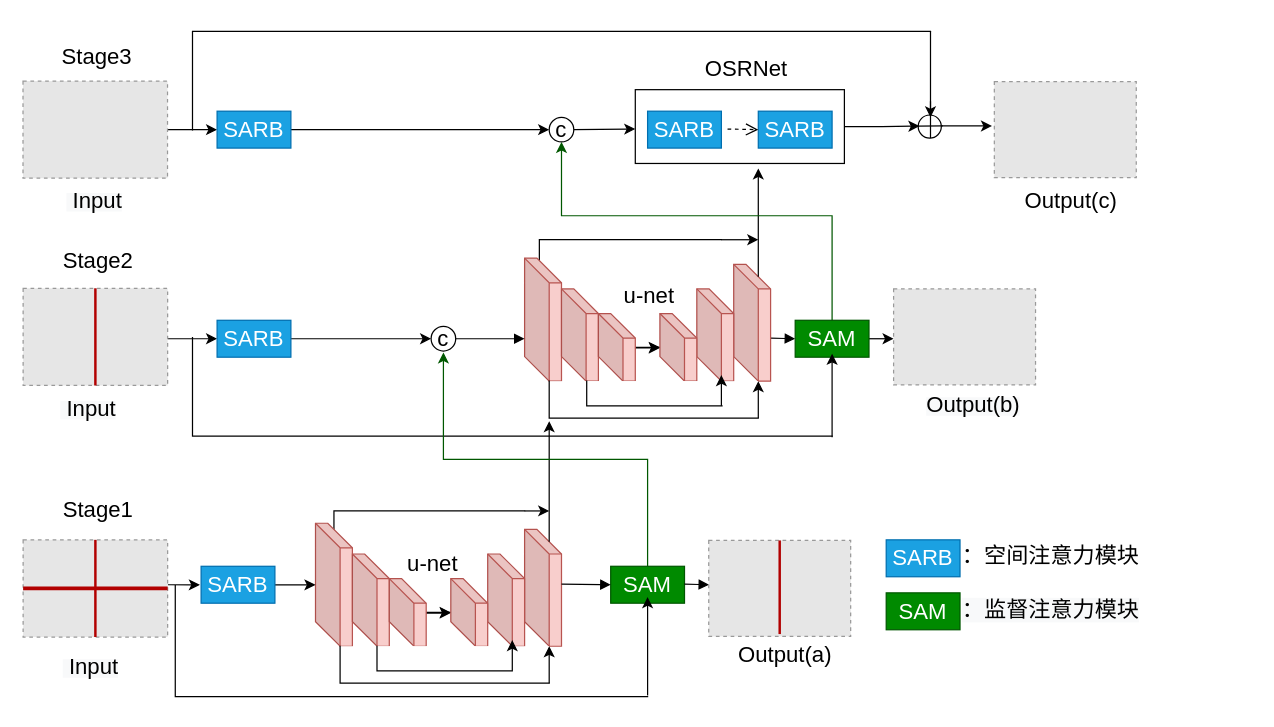
Before: SARB.drawio in hornchan/mytest, a draw.io diagram. Source tidied: cells renumbered, new cells numbered last; positions are measured from the earlier drawing's top-left corner, leaving out a move shared by most shapes. Both pictures are drawn from the tidied source at 123%, with x=0, y=0 at pixel (22, 31). Pictures stored in the file or linked from it are replaced by grey dashed boxes.
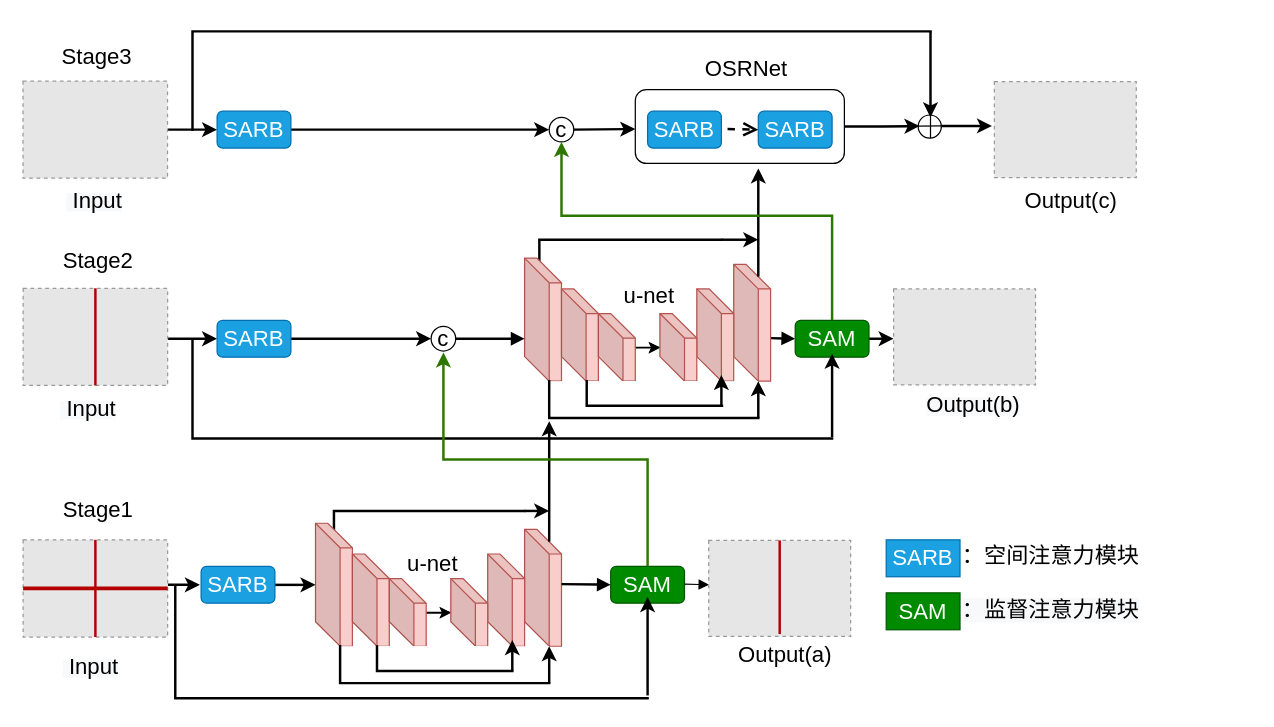
Above is the later version.

Unchanged cells that the change refers to:
```xml
<mxCell id="5" value="c" style="ellipse;whiteSpace=wrap;html=1;fontSize=18;" parent="1" vertex="1">
  <mxGeometry x="332" y="239.9" width="20" height="20" as="geometry" />
</mxCell>
<mxCell id="12" style="shape=cube;whiteSpace=wrap;html=1;boundedLbl=1;backgroundOutline=1;darkOpacity=0.05;darkOpacity2=0.1;fontSize=18;fillColor=#f8cecc;strokeColor=#b85450;" parent="1" vertex="1">
  <mxGeometry x="408" y="404.9" width="30" height="95" as="geometry" />
</mxCell>
<mxCell id="36" style="shape=cube;whiteSpace=wrap;html=1;boundedLbl=1;backgroundOutline=1;darkOpacity=0.05;darkOpacity2=0.1;fontSize=18;fillColor=#f8cecc;strokeColor=#b85450;" parent="1" vertex="1">
  <mxGeometry x="578" y="189.4" width="30" height="95" as="geometry" />
</mxCell>
<mxCell id="51" value="c" style="ellipse;whiteSpace=wrap;html=1;fontSize=18;" parent="1" vertex="1">
  <mxGeometry x="428" y="69.9" width="20" height="20" as="geometry" />
</mxCell>
```

Change to the diagram source:
```diff
@@
-    <mxCell id="2" style="shape=partialRectangle;whiteSpace=wrap;html=1;bottom=0;right=0;" parent="1" vertex="1">
+    <mxCell id="2" style="shape=partialRectangle;whiteSpace=wrap;html=1;bottom=0;right=0;strokeWidth=2;" parent="1" vertex="1">
       <mxGeometry x="253" y="389.9" width="155" height="20" as="geometry" />
     </mxCell>
-    <mxCell id="3" style="shape=partialRectangle;whiteSpace=wrap;html=1;bottom=0;right=0;" parent="1" vertex="1">
+    <mxCell id="3" style="shape=partialRectangle;whiteSpace=wrap;html=1;bottom=0;right=0;strokeWidth=2;" parent="1" vertex="1">
       <mxGeometry x="420" y="169.4" width="148" height="24.6" as="geometry" />
     </mxCell>
-    <mxCell id="4" value="&lt;font style=&quot;font-size: 18px&quot;&gt;SAM&lt;/font&gt;" style="rounded=0;whiteSpace=wrap;html=1;fontSize=18;fillColor=#008a00;strokeColor=#005700;fontColor=#ffffff;" parent="1" vertex="1">
+    <mxCell id="4" value="&lt;font style=&quot;font-size: 18px&quot;&gt;SAM&lt;/font&gt;" style="rounded=1;whiteSpace=wrap;html=1;fontSize=18;fillColor=#008a00;strokeColor=#005700;fontColor=#ffffff;" parent="1" vertex="1">
       <mxGeometry x="478" y="434.9" width="60" height="30" as="geometry" />
     </mxCell>
@@
-    <mxCell id="15" style="edgeStyle=orthogonalEdgeStyle;rounded=0;jettySize=auto;html=1;exitX=1;exitY=0.5;exitDx=0;exitDy=0;" parent="1" edge="1" source="81" target="5">
+    <mxCell id="15" style="edgeStyle=orthogonalEdgeStyle;rounded=0;jettySize=auto;html=1;exitX=1;exitY=0.5;exitDx=0;exitDy=0;strokeWidth=2;" parent="1" edge="1" source="81" target="5">
       <mxGeometry relative="1" as="geometry" />
     </mxCell>
-    <mxCell id="16" style="edgeStyle=orthogonalEdgeStyle;rounded=0;orthogonalLoop=1;jettySize=auto;html=1;" parent="1" edge="1">
+    <mxCell id="16" style="edgeStyle=orthogonalEdgeStyle;rounded=0;orthogonalLoop=1;jettySize=auto;html=1;strokeWidth=2;" parent="1" edge="1">
       <mxGeometry relative="1" as="geometry">
         <mxPoint x="205" y="450" as="sourcePoint" />
         <mxPoint x="238" y="449.9" as="targetPoint" />
       </mxGeometry>
     </mxCell>
-    <mxCell id="17" style="endArrow=classic;html=1;rounded=0;fontSize=12;exitX=1;exitY=0.5;exitDx=0;exitDy=0;" parent="1" edge="1">
+    <mxCell id="17" style="endArrow=classic;html=1;rounded=0;fontSize=12;exitX=1;exitY=0.5;exitDx=0;exitDy=0;strokeWidth=2;" parent="1" edge="1">
       <mxGeometry relative="1" as="geometry">
         <mxPoint x="118" y="449.9" as="sourcePoint" />
         <mxPoint x="144" y="450" as="targetPoint" />
       </mxGeometry>
     </mxCell>
-    <mxCell id="18" style="endArrow=classic;html=1;rounded=0;fontSize=12;entryX=0;entryY=0.5;entryDx=0;entryDy=0;exitX=1;exitY=0.5;exitDx=0;exitDy=0;" parent="1" edge="1">
+    <mxCell id="18" style="endArrow=classic;html=1;rounded=0;fontSize=12;entryX=0;entryY=0.5;entryDx=0;entryDy=0;exitX=1;exitY=0.5;exitDx=0;exitDy=0;strokeWidth=2;" parent="1" edge="1">
       <mxGeometry relative="1" as="geometry">
         <mxPoint x="118" y="79.9" as="sourcePoint" />
         <mxPoint x="158" y="79.9" as="targetPoint" />
       </mxGeometry>
     </mxCell>
-    <mxCell id="19" style="endArrow=classic;html=1;rounded=0;fontSize=12;entryX=0;entryY=0.5;entryDx=0;entryDy=0;exitX=1;exitY=0.5;exitDx=0;exitDy=0;" parent="1" edge="1">
+    <mxCell id="19" style="endArrow=classic;html=1;rounded=0;fontSize=12;entryX=0;entryY=0.5;entryDx=0;entryDy=0;exitX=1;exitY=0.5;exitDx=0;exitDy=0;strokeWidth=2;" parent="1" edge="1">
       <mxGeometry relative="1" as="geometry">
         <mxPoint x="118" y="249.9" as="sourcePoint" />
         <mxPoint x="158" y="249.9" as="targetPoint" />
       </mxGeometry>
     </mxCell>
-    <mxCell id="20" style="html=1;verticalAlign=bottom;endArrow=block;rounded=0;" parent="1" edge="1">
+    <mxCell id="20" style="html=1;verticalAlign=bottom;endArrow=block;rounded=0;strokeWidth=2;" parent="1" edge="1">
       <mxGeometry relative="1" as="geometry">
         <mxPoint x="438" y="449.4" as="sourcePoint" />
         <mxPoint x="478" y="449.9" as="targetPoint" />
       </mxGeometry>
     </mxCell>
@@
-    <mxCell id="22" style="shape=partialRectangle;whiteSpace=wrap;html=1;bottom=0;right=0;fillColor=none;direction=north;" parent="1" vertex="1">
-      <mxGeometry x="124" y="450.7" width="384" height="90.1" as="geometry" />
+    <mxCell id="22" style="shape=partialRectangle;whiteSpace=wrap;html=1;bottom=0;right=0;fillColor=none;direction=north;strokeWidth=2;" parent="1" vertex="1">
+      <mxGeometry x="124" y="452" width="384" height="90.1" as="geometry" />
     </mxCell>
-    <mxCell id="23" style="html=1;verticalAlign=bottom;endArrow=block;rounded=0;entryX=0;entryY=0.5;entryDx=0;entryDy=0;" parent="1" edge="1" target="25">
+    <mxCell id="23" style="html=1;verticalAlign=bottom;endArrow=block;rounded=0;entryX=0;entryY=0.5;entryDx=0;entryDy=0;strokeWidth=2;" parent="1" edge="1" target="25">
       <mxGeometry relative="1" as="geometry">
         <mxPoint x="608" y="249.4" as="sourcePoint" />
       </mxGeometry>
     </mxCell>
-    <mxCell id="24" style="edgeStyle=orthogonalEdgeStyle;rounded=0;jettySize=auto;html=1;strokeColor=#000000;" parent="1" edge="1" source="25">
+    <mxCell id="24" style="edgeStyle=orthogonalEdgeStyle;rounded=0;jettySize=auto;html=1;strokeColor=#000000;strokeWidth=2;" parent="1" edge="1" source="25">
       <mxGeometry relative="1" as="geometry">
         <mxPoint x="708" y="249.9" as="targetPoint" />
       </mxGeometry>
     </mxCell>
-    <mxCell id="25" value="&lt;font style=&quot;font-size: 18px&quot;&gt;SAM&lt;/font&gt;" style="rounded=0;whiteSpace=wrap;html=1;fontSize=18;fillColor=#008a00;strokeColor=#005700;fontColor=#ffffff;" parent="1" vertex="1">
+    <mxCell id="25" value="&lt;font style=&quot;font-size: 18px&quot;&gt;SAM&lt;/font&gt;" style="rounded=1;whiteSpace=wrap;html=1;fontSize=18;fillColor=#008a00;strokeColor=#005700;fontColor=#ffffff;" parent="1" vertex="1">
       <mxGeometry x="628" y="234.9" width="60" height="30" as="geometry" />
     </mxCell>
-    <mxCell id="26" style="shape=partialRectangle;whiteSpace=wrap;html=1;bottom=0;right=0;direction=north;" parent="1" vertex="1">
+    <mxCell id="26" style="shape=partialRectangle;whiteSpace=wrap;html=1;bottom=0;right=0;direction=north;strokeWidth=2;" parent="1" vertex="1">
       <mxGeometry x="258" y="499.9" width="170" height="30" as="geometry" />
     </mxCell>
-    <mxCell id="27" style="endArrow=classic;html=1;rounded=0;" parent="1" edge="1">
+    <mxCell id="27" style="endArrow=classic;html=1;rounded=0;strokeWidth=2;" parent="1" edge="1">
       <mxGeometry relative="1" as="geometry">
         <mxPoint x="428" y="529.9" as="sourcePoint" />
         <mxPoint x="428" y="499.9" as="targetPoint" />
       </mxGeometry>
     </mxCell>
@@
-    <mxCell id="29" style="shape=partialRectangle;whiteSpace=wrap;html=1;bottom=0;right=0;direction=north;" parent="1" vertex="1">
+    <mxCell id="29" style="shape=partialRectangle;whiteSpace=wrap;html=1;bottom=0;right=0;direction=north;strokeWidth=2;" parent="1" vertex="1">
       <mxGeometry x="288" y="500" width="110" height="20" as="geometry" />
     </mxCell>
-    <mxCell id="30" style="endArrow=classic;html=1;rounded=0;" parent="1" edge="1">
+    <mxCell id="30" style="endArrow=classic;html=1;rounded=0;strokeWidth=2;" parent="1" edge="1">
       <mxGeometry relative="1" as="geometry">
         <mxPoint x="398" y="519.9" as="sourcePoint" />
         <mxPoint x="398" y="494.9" as="targetPoint" />
       </mxGeometry>
     </mxCell>
@@
-    <mxCell id="39" style="shape=partialRectangle;whiteSpace=wrap;html=1;bottom=0;right=0;direction=north;" parent="1" vertex="1">
+    <mxCell id="39" style="shape=partialRectangle;whiteSpace=wrap;html=1;bottom=0;right=0;direction=north;strokeWidth=2;" parent="1" vertex="1">
       <mxGeometry x="428" y="284.4" width="170" height="30" as="geometry" />
     </mxCell>
-    <mxCell id="40" style="endArrow=classic;html=1;rounded=0;" parent="1" edge="1">
+    <mxCell id="40" style="endArrow=classic;html=1;rounded=0;strokeWidth=2;" parent="1" edge="1">
       <mxGeometry relative="1" as="geometry">
         <mxPoint x="598" y="314.4" as="sourcePoint" />
         <mxPoint x="598" y="284.4" as="targetPoint" />
       </mxGeometry>
     </mxCell>
@@
-    <mxCell id="42" style="shape=partialRectangle;whiteSpace=wrap;html=1;bottom=0;right=0;direction=north;" parent="1" vertex="1">
+    <mxCell id="42" style="shape=partialRectangle;whiteSpace=wrap;html=1;bottom=0;right=0;direction=north;strokeWidth=2;" parent="1" vertex="1">
       <mxGeometry x="458.5" y="284.4" width="110" height="20" as="geometry" />
     </mxCell>
-    <mxCell id="43" style="endArrow=classic;html=1;rounded=0;" parent="1" edge="1">
+    <mxCell id="43" style="endArrow=classic;html=1;rounded=0;strokeWidth=2;" parent="1" edge="1">
       <mxGeometry relative="1" as="geometry">
         <mxPoint x="568" y="304.4" as="sourcePoint" />
         <mxPoint x="568" y="279.4" as="targetPoint" />
       </mxGeometry>
     </mxCell>
-    <mxCell id="44" style="html=1;verticalAlign=bottom;endArrow=block;rounded=0;exitX=1;exitY=0.5;exitDx=0;exitDy=0;" parent="1" edge="1" source="5">
+    <mxCell id="44" style="html=1;verticalAlign=bottom;endArrow=block;rounded=0;exitX=1;exitY=0.5;exitDx=0;exitDy=0;strokeWidth=2;" parent="1" edge="1" source="5">
       <mxGeometry relative="1" as="geometry">
         <mxPoint x="408" y="249.9" as="targetPoint" />
       </mxGeometry>
     </mxCell>
-    <mxCell id="45" style="edgeStyle=orthogonalEdgeStyle;rounded=0;orthogonalLoop=1;jettySize=auto;html=1;" parent="1" edge="1">
+    <mxCell id="45" style="edgeStyle=orthogonalEdgeStyle;rounded=0;orthogonalLoop=1;jettySize=auto;html=1;strokeWidth=2;" parent="1" edge="1">
       <mxGeometry relative="1" as="geometry">
         <mxPoint x="508" y="539.9" as="sourcePoint" />
         <mxPoint x="508" y="459.9" as="targetPoint" />
       </mxGeometry>
     </mxCell>
-    <mxCell id="46" style="shape=partialRectangle;whiteSpace=wrap;html=1;bottom=0;right=0;fillColor=none;direction=north;" parent="1" vertex="1">
-      <mxGeometry x="138" y="249" width="520" height="80" as="geometry" />
+    <mxCell id="46" style="shape=partialRectangle;whiteSpace=wrap;html=1;bottom=0;right=0;fillColor=none;direction=north;strokeWidth=2;" parent="1" vertex="1">
+      <mxGeometry x="138" y="251" width="520" height="80" as="geometry" />
     </mxCell>
-    <mxCell id="47" style="edgeStyle=orthogonalEdgeStyle;rounded=0;orthogonalLoop=1;jettySize=auto;html=1;" parent="1" edge="1">
+    <mxCell id="47" style="edgeStyle=orthogonalEdgeStyle;rounded=0;orthogonalLoop=1;jettySize=auto;html=1;strokeWidth=2;" parent="1" edge="1">
       <mxGeometry relative="1" as="geometry">
         <mxPoint x="658" y="329.9" as="sourcePoint" />
         <mxPoint x="658" y="262.1" as="targetPoint" />
       </mxGeometry>
     </mxCell>
-    <mxCell id="48" style="edgeStyle=orthogonalEdgeStyle;rounded=0;jettySize=auto;html=1;exitX=0;exitY=0;exitDx=20;exitDy=10;exitPerimeter=0;" parent="1" edge="1" source="12">
+    <mxCell id="48" style="edgeStyle=orthogonalEdgeStyle;rounded=0;jettySize=auto;html=1;exitX=0;exitY=0;exitDx=20;exitDy=10;exitPerimeter=0;jumpSize=7;strokeWidth=2;" parent="1" edge="1" source="12">
       <mxGeometry relative="1" as="geometry">
         <mxPoint x="428" y="316.9" as="targetPoint" />
       </mxGeometry>
     </mxCell>
-    <mxCell id="49" style="edgeStyle=orthogonalEdgeStyle;rounded=0;jettySize=auto;html=1;exitX=1;exitY=0;exitDx=0;exitDy=0;" parent="1" edge="1" source="2">
+    <mxCell id="49" style="edgeStyle=orthogonalEdgeStyle;rounded=0;jettySize=auto;html=1;exitX=1;exitY=0;exitDx=0;exitDy=0;strokeWidth=2;" parent="1" edge="1" source="2">
       <mxGeometry relative="1" as="geometry">
         <mxPoint x="428" y="389.9" as="targetPoint" />
       </mxGeometry>
     </mxCell>
-    <mxCell id="50" style="edgeStyle=elbowEdgeStyle;elbow=vertical;endArrow=classic;html=1;exitX=0.5;exitY=0;exitDx=0;exitDy=0;fillColor=#008a00;strokeColor=#005700;rounded=0;" parent="1" edge="1" source="4">
+    <mxCell id="50" style="edgeStyle=elbowEdgeStyle;elbow=vertical;endArrow=classic;html=1;exitX=0.5;exitY=0;exitDx=0;exitDy=0;fillColor=#60a917;strokeColor=#2D7600;rounded=0;strokeWidth=2;" parent="1" edge="1" source="4">
       <mxGeometry relative="1" as="geometry">
         <mxPoint x="342" y="261" as="targetPoint" />
       </mxGeometry>
     </mxCell>
@@
-    <mxCell id="52" style="edgeStyle=orthogonalEdgeStyle;rounded=0;jettySize=auto;html=1;strokeColor=#000000;" parent="1" edge="1" source="53">
+    <mxCell id="52" style="edgeStyle=orthogonalEdgeStyle;rounded=0;jettySize=auto;html=1;strokeColor=#000000;strokeWidth=2;" parent="1" edge="1" source="53">
       <mxGeometry relative="1" as="geometry">
         <mxPoint x="729" y="77" as="targetPoint" />
       </mxGeometry>
     </mxCell>
-    <mxCell id="53" style="rounded=0;whiteSpace=wrap;html=1;" parent="1" vertex="1">
+    <mxCell id="53" style="rounded=1;whiteSpace=wrap;html=1;" parent="1" vertex="1">
       <mxGeometry x="498" y="47.4" width="170" height="60" as="geometry" />
     </mxCell>
-    <mxCell id="54" style="endArrow=classic;html=1;rounded=0;fontSize=12;entryX=0;entryY=0.5;entryDx=0;entryDy=0;exitX=1;exitY=0.5;exitDx=0;exitDy=0;" parent="1" edge="1" source="80" target="51">
+    <mxCell id="54" style="endArrow=classic;html=1;rounded=0;fontSize=12;entryX=0;entryY=0.5;entryDx=0;entryDy=0;exitX=1;exitY=0.5;exitDx=0;exitDy=0;strokeWidth=2;" parent="1" edge="1" source="80" target="51">
       <mxGeometry relative="1" as="geometry" />
     </mxCell>
-    <mxCell id="55" value="&lt;font style=&quot;font-size: 18px&quot;&gt;SARB&lt;/font&gt;" style="rounded=0;whiteSpace=wrap;html=1;fontSize=18;fillColor=#1ba1e2;strokeColor=#006EAF;fontColor=#ffffff;" parent="1" vertex="1">
+    <mxCell id="55" value="&lt;font style=&quot;font-size: 18px&quot;&gt;SARB&lt;/font&gt;" style="rounded=1;whiteSpace=wrap;html=1;fontSize=18;fillColor=#1ba1e2;strokeColor=#006EAF;fontColor=#ffffff;" parent="1" vertex="1">
       <mxGeometry x="598" y="64.9" width="60" height="30" as="geometry" />
     </mxCell>
-    <mxCell id="56" style="html=1;verticalAlign=bottom;endArrow=open;dashed=1;endSize=8;rounded=0;strokeColor=#000000;" parent="1" edge="1">
+    <mxCell id="56" style="html=1;verticalAlign=bottom;endArrow=open;dashed=1;endSize=8;rounded=0;strokeColor=#000000;strokeWidth=2;" parent="1" edge="1">
       <mxGeometry relative="1" as="geometry">
         <mxPoint x="573" y="79.4" as="sourcePoint" />
         <mxPoint x="598" y="79.9" as="targetPoint" />
       </mxGeometry>
     </mxCell>
-    <mxCell id="57" value="&lt;font style=&quot;font-size: 18px&quot;&gt;SARB&lt;/font&gt;" style="rounded=0;whiteSpace=wrap;html=1;fontSize=18;fillColor=#1ba1e2;strokeColor=#006EAF;fontColor=#ffffff;" parent="1" vertex="1">
+    <mxCell id="57" value="&lt;font style=&quot;font-size: 18px&quot;&gt;SARB&lt;/font&gt;" style="rounded=1;whiteSpace=wrap;html=1;fontSize=18;fillColor=#1ba1e2;strokeColor=#006EAF;fontColor=#ffffff;" parent="1" vertex="1">
       <mxGeometry x="508" y="64.9" width="60" height="30" as="geometry" />
     </mxCell>
-    <mxCell id="58" style="endArrow=classic;html=1;rounded=0;fontSize=12;entryX=0;entryY=0.5;entryDx=0;entryDy=0;exitX=1;exitY=0.5;exitDx=0;exitDy=0;" parent="1" edge="1" source="51">
+    <mxCell id="58" style="endArrow=classic;html=1;rounded=0;fontSize=12;entryX=0;entryY=0.5;entryDx=0;entryDy=0;exitX=1;exitY=0.5;exitDx=0;exitDy=0;strokeWidth=2;" parent="1" edge="1" source="51">
       <mxGeometry relative="1" as="geometry">
         <mxPoint x="498" y="79.4" as="targetPoint" />
       </mxGeometry>
     </mxCell>
-    <mxCell id="59" style="edgeStyle=orthogonalEdgeStyle;rounded=0;jettySize=auto;html=1;exitX=1;exitY=0;exitDx=0;exitDy=0;" parent="1" edge="1" source="3">
+    <mxCell id="59" style="edgeStyle=orthogonalEdgeStyle;rounded=0;jettySize=auto;html=1;exitX=1;exitY=0;exitDx=0;exitDy=0;strokeWidth=2;" parent="1" edge="1" source="3">
       <mxGeometry relative="1" as="geometry">
         <mxPoint x="598" y="169.9" as="targetPoint" />
       </mxGeometry>
     </mxCell>
-    <mxCell id="60" style="edgeStyle=orthogonalEdgeStyle;rounded=0;jettySize=auto;html=1;exitX=0;exitY=0;exitDx=20;exitDy=10;exitPerimeter=0;" parent="1" edge="1" source="36">
+    <mxCell id="60" style="edgeStyle=orthogonalEdgeStyle;rounded=0;jettySize=auto;html=1;exitX=0;exitY=0;exitDx=20;exitDy=10;exitPerimeter=0;strokeWidth=2;" parent="1" edge="1" source="36">
       <mxGeometry relative="1" as="geometry">
         <mxPoint x="598" y="111.4" as="targetPoint" />
       </mxGeometry>
     </mxCell>
-    <mxCell id="61" style="edgeStyle=elbowEdgeStyle;elbow=vertical;endArrow=classic;html=1;rounded=0;exitX=0.5;exitY=0;exitDx=0;exitDy=0;fillColor=#008a00;strokeColor=#005700;" parent="1" edge="1" source="25">
+    <mxCell id="61" style="edgeStyle=elbowEdgeStyle;elbow=vertical;endArrow=classic;html=1;rounded=0;exitX=0.5;exitY=0;exitDx=0;exitDy=0;fillColor=#60a917;strokeColor=#2D7600;strokeWidth=2;" parent="1" edge="1" source="25">
       <mxGeometry relative="1" as="geometry">
         <mxPoint x="438" y="89.9" as="targetPoint" />
         <Array as="points">
           <mxPoint x="548" y="149.9" />
         </Array>
       </mxGeometry>
     </mxCell>
-    <mxCell id="62" style="endArrow=classic;html=1;rounded=0;fontSize=12;exitX=1;exitY=0.5;exitDx=0;exitDy=0;" parent="1" edge="1">
+    <mxCell id="62" style="endArrow=classic;html=1;rounded=0;fontSize=12;exitX=1;exitY=0.5;exitDx=0;exitDy=0;strokeWidth=2;" parent="1" edge="1">
       <mxGeometry relative="1" as="geometry">
         <mxPoint x="746.8" y="76.9" as="sourcePoint" />
         <mxPoint x="788" y="76.9" as="targetPoint" />
       </mxGeometry>
     </mxCell>
-    <mxCell id="63" style="shape=partialRectangle;whiteSpace=wrap;html=1;bottom=0;right=0;fillColor=none;strokeColor=#000000;" parent="1" vertex="1">
+    <mxCell id="63" style="shape=partialRectangle;whiteSpace=wrap;html=1;bottom=0;right=0;fillColor=none;strokeColor=#000000;strokeWidth=2;" parent="1" vertex="1">
       <mxGeometry x="138" width="600" height="80" as="geometry" />
     </mxCell>
-    <mxCell id="64" style="endArrow=classic;html=1;rounded=0;strokeColor=#000000;" parent="1" edge="1">
+    <mxCell id="64" style="endArrow=classic;html=1;rounded=0;strokeColor=#000000;strokeWidth=2;" parent="1" edge="1">
       <mxGeometry relative="1" as="geometry">
         <mxPoint x="738" y="-0.1" as="sourcePoint" />
         <mxPoint x="738" y="69.9" as="targetPoint" />
       </mxGeometry>
     </mxCell>
@@
-    <mxCell id="80" value="&lt;font style=&quot;font-size: 18px&quot;&gt;SARB&lt;/font&gt;" style="rounded=0;whiteSpace=wrap;html=1;fontSize=18;fillColor=#1ba1e2;strokeColor=#006EAF;fontColor=#ffffff;" parent="1" vertex="1">
+    <mxCell id="80" value="&lt;font style=&quot;font-size: 18px&quot;&gt;SARB&lt;/font&gt;" style="rounded=1;whiteSpace=wrap;html=1;fontSize=18;fillColor=#1ba1e2;strokeColor=#006EAF;fontColor=#ffffff;" parent="1" vertex="1">
       <mxGeometry x="158" y="64.9" width="60" height="30" as="geometry" />
     </mxCell>
-    <mxCell id="81" value="SARB" style="rounded=0;whiteSpace=wrap;html=1;fontSize=18;fillColor=#1ba1e2;strokeColor=#006EAF;fontColor=#ffffff;" parent="1" vertex="1">
+    <mxCell id="81" value="SARB" style="rounded=1;whiteSpace=wrap;html=1;fontSize=18;fillColor=#1ba1e2;strokeColor=#006EAF;fontColor=#ffffff;" parent="1" vertex="1">
       <mxGeometry x="158" y="234.9" width="60" height="30" as="geometry" />
     </mxCell>
-    <mxCell id="82" value="&lt;font style=&quot;font-size: 18px&quot;&gt;SARB&lt;/font&gt;" style="rounded=0;whiteSpace=wrap;html=1;fontSize=18;fillColor=#1ba1e2;strokeColor=#006EAF;fontColor=#ffffff;" parent="1" vertex="1">
+    <mxCell id="82" value="&lt;font style=&quot;font-size: 18px&quot;&gt;SARB&lt;/font&gt;" style="rounded=1;whiteSpace=wrap;html=1;fontSize=18;fillColor=#1ba1e2;strokeColor=#006EAF;fontColor=#ffffff;" parent="1" vertex="1">
       <mxGeometry x="145" y="434.9" width="60" height="30" as="geometry" />
     </mxCell>
```
